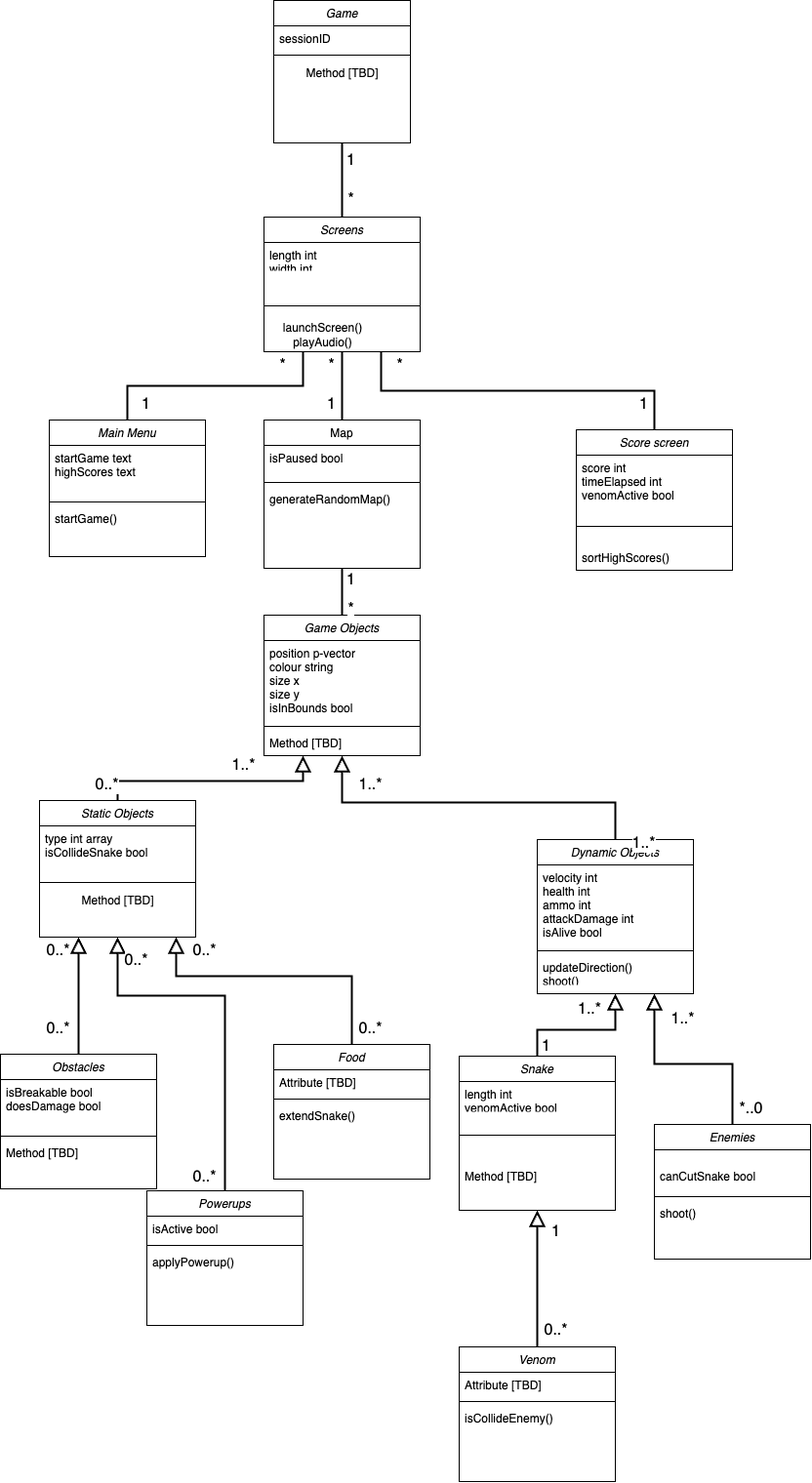
Above: images/class_diagram.png in UoB-COMSM0110/2024-group-3 (draw.io), before the change. Source tidied: cells renumbered, new cells last; positions are measured from the earlier drawing's top-left corner, leaving out a move shared by most shapes.
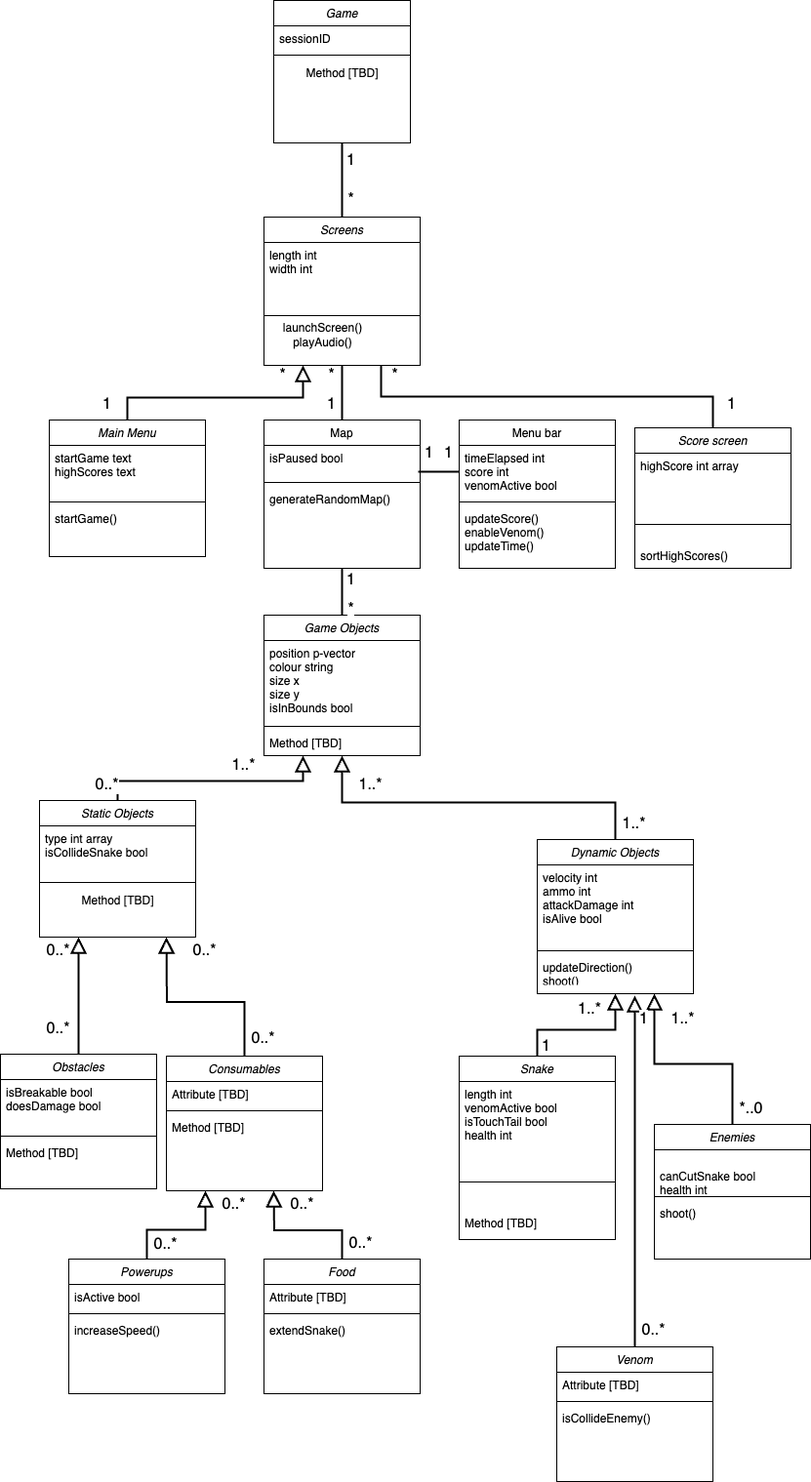
The same diagram one commit later.

Commit message:
updated class diagram based on feedback

Diff of the diagram source:
```diff
@@ -32,12 +32,12 @@
     <mxCell id="11" value="Snake" style="swimlane;fontStyle=2;align=center;verticalAlign=top;horizontal=1;startSize=26;rounded=0;shadow=0;strokeWidth=1;" parent="2" vertex="1">
-      <mxGeometry x="470" y="1082" width="160" height="158" as="geometry" />
+      <mxGeometry x="470" y="1082" width="160" height="188" as="geometry" />
     </mxCell>
-    <mxCell id="12" value="length int&#10;venomActive bool&#10;isTouchTail bool&#10;&#10;&#10;" style="text;align=left;verticalAlign=top;spacingLeft=4;spacingRight=4;overflow=hidden;" parent="11" vertex="1">
-      <mxGeometry y="26" width="160" height="26" as="geometry" />
+    <mxCell id="12" value="length int&#10;venomActive bool&#10;isTouchTail bool&#10;health int&#10;&#10;&#10;" style="text;align=left;verticalAlign=top;spacingLeft=4;spacingRight=4;overflow=hidden;" parent="11" vertex="1">
+      <mxGeometry y="26" width="160" height="74" as="geometry" />
     </mxCell>
     <mxCell id="13" style="line;html=1;strokeWidth=1;align=left;verticalAlign=middle;spacingTop=-1;spacingLeft=3;spacingRight=3;labelPosition=right;" parent="11" vertex="1">
-      <mxGeometry y="52" width="160" height="58" as="geometry" />
+      <mxGeometry y="100" width="160" height="58" as="geometry" />
     </mxCell>
     <mxCell id="14" value="Method [TBD]" style="text;align=left;verticalAlign=top;spacingLeft=4;spacingRight=4;overflow=hidden;" parent="11" vertex="1">
-      <mxGeometry y="110" width="160" height="30" as="geometry" />
+      <mxGeometry y="158" width="160" height="30" as="geometry" />
     </mxCell>
@@ -64,3 +64,3 @@
     </mxCell>
-    <mxCell id="22" value="velocity int&#10;health int&#10;ammo int&#10;attackDamage int&#10;isAlive bool  &#10;&#10; " style="text;align=left;verticalAlign=top;spacingLeft=4;spacingRight=4;overflow=hidden;" parent="21" vertex="1">
+    <mxCell id="22" value="velocity int&#10;ammo int&#10;attackDamage int&#10;isAlive bool  &#10;&#10; " style="text;align=left;verticalAlign=top;spacingLeft=4;spacingRight=4;overflow=hidden;" parent="21" vertex="1">
       <mxGeometry y="26" width="160" height="84" as="geometry" />
@@ -100,11 +100,11 @@
     <mxCell id="32" value="Screens" style="swimlane;fontStyle=2;align=center;verticalAlign=top;horizontal=1;startSize=26;rounded=0;shadow=0;strokeWidth=1;" parent="2" vertex="1">
-      <mxGeometry x="270" y="222" width="160" height="138" as="geometry" />
+      <mxGeometry x="270" y="222" width="160" height="152" as="geometry" />
     </mxCell>
     <mxCell id="33" value="length int &#10;width int &#10;" style="text;align=left;verticalAlign=top;spacingLeft=4;spacingRight=4;overflow=hidden;" parent="32" vertex="1">
-      <mxGeometry y="26" width="160" height="24" as="geometry" />
+      <mxGeometry y="26" width="160" height="34" as="geometry" />
     </mxCell>
     <mxCell id="34" style="line;html=1;strokeWidth=1;align=left;verticalAlign=middle;spacingTop=-1;spacingLeft=3;spacingRight=3;labelPosition=right;" parent="32" vertex="1">
-      <mxGeometry y="50" width="160" height="82" as="geometry" />
+      <mxGeometry y="60" width="160" height="82" as="geometry" />
     </mxCell>
-    <mxCell id="35" style="edgeStyle=orthogonalEdgeStyle;rounded=0;jettySize=auto;html=1;exitX=0.5;exitY=0;exitDx=0;exitDy=0;entryX=0.25;entryY=1;entryDx=0;entryDy=0;strokeWidth=2;endArrow=none;endFill=0;" parent="2" edge="1" source="36" target="32">
+    <mxCell id="35" style="edgeStyle=orthogonalEdgeStyle;rounded=0;jettySize=auto;html=1;exitX=0.5;exitY=0;exitDx=0;exitDy=0;entryX=0.25;entryY=1;entryDx=0;entryDy=0;strokeWidth=2;endArrow=block;endFill=0;endSize=12;" parent="2" edge="1" source="36" target="32">
       <mxGeometry relative="1" as="geometry" />
@@ -127,5 +127,5 @@
     <mxCell id="41" value="Score screen" style="swimlane;fontStyle=2;align=center;verticalAlign=top;horizontal=1;startSize=26;rounded=0;shadow=0;strokeWidth=1;" parent="2" vertex="1">
-      <mxGeometry x="590" y="440" width="160" height="144" as="geometry" />
+      <mxGeometry x="650" y="438" width="160" height="144" as="geometry" />
     </mxCell>
-    <mxCell id="42" value="score int &#10;timeElapsed int&#10;venomActive bool &#10;" style="text;align=left;verticalAlign=top;spacingLeft=4;spacingRight=4;overflow=hidden;" parent="41" vertex="1">
+    <mxCell id="42" value="highScore int array&#10;&#10;" style="text;align=left;verticalAlign=top;spacingLeft=4;spacingRight=4;overflow=hidden;" parent="41" vertex="1">
       <mxGeometry y="26" width="160" height="54" as="geometry" />
@@ -138,7 +138,9 @@
     </mxCell>
-    <mxCell id="45" style="edgeStyle=none;rounded=0;jettySize=auto;html=1;exitX=0.5;exitY=0;exitDx=0;exitDy=0;entryX=0.5;entryY=1;entryDx=0;entryDy=0;endArrow=block;endFill=0;endSize=12;strokeWidth=2;" parent="2" edge="1" source="46" target="11">
-      <mxGeometry relative="1" as="geometry" />
-    </mxCell>
+    <mxCell id="99" style="edgeStyle=orthogonalEdgeStyle;rounded=0;jettySize=auto;html=1;exitX=0.5;exitY=0;exitDx=0;exitDy=0;endSize=12;endArrow=block;endFill=0;strokeWidth=2;" parent="2" edge="1" source="46">
+      <mxGeometry relative="1" as="geometry">
+        <mxPoint x="650" y="1020" as="targetPoint" />
+      </mxGeometry>
+    </mxCell>
     <mxCell id="46" value="Venom" style="swimlane;fontStyle=2;align=center;verticalAlign=top;horizontal=1;startSize=26;rounded=0;shadow=0;strokeWidth=1;" parent="2" vertex="1">
-      <mxGeometry x="470" y="1380" width="160" height="138" as="geometry" />
+      <mxGeometry x="570" y="1380" width="160" height="138" as="geometry" />
     </mxCell>
@@ -156,13 +158,9 @@
     </mxCell>
-    <mxCell id="51" style="edgeStyle=orthogonalEdgeStyle;rounded=0;jettySize=auto;html=1;exitX=0.5;exitY=0;exitDx=0;exitDy=0;strokeWidth=2;endArrow=block;endFill=0;endSize=12;" parent="2" edge="1" source="52">
-      <mxGeometry relative="1" as="geometry">
-        <mxPoint x="180" y="960" as="targetPoint" />
-        <Array as="points">
-          <mxPoint x="360" y="1000" />
-          <mxPoint x="180" y="1000" />
-        </Array>
-      </mxGeometry>
-    </mxCell>
+    <mxCell id="100" style="edgeStyle=orthogonalEdgeStyle;rounded=0;jettySize=auto;html=1;endArrow=block;endFill=0;endSize=12;strokeWidth=2;" parent="2" edge="1" source="52">
+      <mxGeometry relative="1" as="geometry">
+        <mxPoint x="280" y="1220" as="targetPoint" />
+      </mxGeometry>
+    </mxCell>
     <mxCell id="52" value="Food" style="swimlane;fontStyle=2;align=center;verticalAlign=top;horizontal=1;startSize=26;rounded=0;shadow=0;strokeWidth=1;" parent="2" vertex="1">
-      <mxGeometry x="280" y="1070" width="160" height="138" as="geometry" />
+      <mxGeometry x="270" y="1290" width="160" height="138" as="geometry" />
     </mxCell>
@@ -180,12 +178,7 @@
     </mxCell>
-    <mxCell id="57" style="edgeStyle=orthogonalEdgeStyle;rounded=0;jettySize=auto;html=1;exitX=0.5;exitY=0;exitDx=0;exitDy=0;entryX=0.5;entryY=1;entryDx=0;entryDy=0;strokeWidth=2;endArrow=block;endFill=0;endSize=12;" parent="2" edge="1" source="58" target="27">
-      <mxGeometry relative="1" as="geometry">
-        <Array as="points">
-          <mxPoint x="230" y="1020" />
-          <mxPoint x="120" y="1020" />
-        </Array>
-      </mxGeometry>
-    </mxCell>
+    <mxCell id="101" style="edgeStyle=orthogonalEdgeStyle;rounded=0;jettySize=auto;html=1;entryX=0.25;entryY=1;entryDx=0;entryDy=0;strokeWidth=2;endArrow=block;endFill=0;startSize=6;endSize=12;" parent="2" edge="1" source="58" target="107">
+      <mxGeometry relative="1" as="geometry" />
+    </mxCell>
     <mxCell id="58" value="Powerups" style="swimlane;fontStyle=2;align=center;verticalAlign=top;horizontal=1;startSize=26;rounded=0;shadow=0;strokeWidth=1;" parent="2" vertex="1">
-      <mxGeometry x="150" y="1220" width="160" height="138" as="geometry" />
+      <mxGeometry x="70" y="1290" width="160" height="138" as="geometry" />
     </mxCell>
@@ -197,3 +190,3 @@
     </mxCell>
-    <mxCell id="61" value="applyPowerup()" style="text;align=left;verticalAlign=top;spacingLeft=4;spacingRight=4;overflow=hidden;" parent="58" vertex="1">
+    <mxCell id="61" value="increaseSpeed()" style="text;align=left;verticalAlign=top;spacingLeft=4;spacingRight=4;overflow=hidden;" parent="58" vertex="1">
       <mxGeometry y="60" width="160" height="26" as="geometry" />
@@ -212,3 +205,3 @@
     <mxCell id="64" value="&lt;font style=&quot;font-size: 16px;&quot;&gt;*&lt;/font&gt;" style="edgeLabel;html=1;align=center;verticalAlign=middle;" parent="2" vertex="1">
-      <mxGeometry x="300" y="320" as="geometry">
+      <mxGeometry x="300" y="330" as="geometry">
         <mxPoint x="-12" y="53" as="offset" />
@@ -217,3 +210,3 @@
     <mxCell id="65" value="&lt;font style=&quot;font-size: 16px;&quot;&gt;1&lt;/font&gt;" style="edgeLabel;html=1;align=center;verticalAlign=middle;" parent="2" vertex="1">
-      <mxGeometry x="670" y="360" as="geometry">
+      <mxGeometry x="760" y="360" as="geometry">
         <mxPoint x="-12" y="53" as="offset" />
@@ -222,3 +215,3 @@
     <mxCell id="66" value="&lt;font style=&quot;font-size: 16px;&quot;&gt;*&lt;/font&gt;" style="edgeLabel;html=1;align=center;verticalAlign=middle;" parent="2" vertex="1">
-      <mxGeometry x="420" y="320" as="geometry">
+      <mxGeometry x="415" y="330" as="geometry">
         <mxPoint x="-12" y="53" as="offset" />
@@ -232,3 +225,3 @@
     <mxCell id="68" value="&lt;font style=&quot;font-size: 16px;&quot;&gt;1&lt;/font&gt;" style="edgeLabel;html=1;align=center;verticalAlign=middle;" parent="2" vertex="1">
-      <mxGeometry x="160" y="360" as="geometry">
+      <mxGeometry x="120" y="360" as="geometry">
         <mxPoint x="-12" y="53" as="offset" />
@@ -237,3 +230,3 @@
     <mxCell id="69" value="&lt;font style=&quot;font-size: 16px;&quot;&gt;*&lt;/font&gt;" style="edgeLabel;html=1;align=center;verticalAlign=middle;" parent="2" vertex="1">
-      <mxGeometry x="350" y="320" as="geometry">
+      <mxGeometry x="350" y="330" as="geometry">
         <mxPoint x="-12" y="53" as="offset" />
@@ -272,3 +265,3 @@
     <mxCell id="76" value="&lt;font style=&quot;font-size: 16px;&quot;&gt;0..*&lt;/font&gt;" style="edgeLabel;html=1;align=center;verticalAlign=middle;" parent="2" vertex="1">
-      <mxGeometry x="150" y="930" as="geometry">
+      <mxGeometry x="280" y="1010" as="geometry">
         <mxPoint x="-12" y="53" as="offset" />
@@ -281,14 +274,4 @@
     </mxCell>
-    <mxCell id="78" value="&lt;font style=&quot;font-size: 16px;&quot;&gt;0..*&lt;/font&gt;" style="edgeLabel;html=1;align=center;verticalAlign=middle;" parent="2" vertex="1">
-      <mxGeometry x="220" y="1152" as="geometry">
-        <mxPoint x="-12" y="53" as="offset" />
-      </mxGeometry>
-    </mxCell>
-    <mxCell id="79" value="&lt;font style=&quot;font-size: 16px;&quot;&gt;0..*&lt;/font&gt;" style="edgeLabel;html=1;align=center;verticalAlign=middle;" parent="2" vertex="1">
-      <mxGeometry x="390" y="1000" as="geometry">
-        <mxPoint x="-12" y="53" as="offset" />
-      </mxGeometry>
-    </mxCell>
     <mxCell id="80" value="&lt;font style=&quot;font-size: 16px;&quot;&gt;0..*&lt;/font&gt;" style="edgeLabel;html=1;align=center;verticalAlign=middle;" parent="2" vertex="1">
-      <mxGeometry x="580" y="1309" as="geometry">
+      <mxGeometry x="680" y="1309" as="geometry">
         <mxPoint x="-12" y="53" as="offset" />
@@ -302,3 +285,3 @@
     <mxCell id="82" value="&lt;font style=&quot;font-size: 16px;&quot;&gt;1&lt;/font&gt;" style="edgeLabel;html=1;align=center;verticalAlign=middle;" parent="2" vertex="1">
-      <mxGeometry x="580" y="1208" as="geometry">
+      <mxGeometry x="670" y="990" as="geometry">
         <mxPoint x="-12" y="53" as="offset" />
@@ -317,3 +300,3 @@
     <mxCell id="85" value="&lt;font style=&quot;font-size: 16px;&quot;&gt;1..*&lt;/font&gt;" style="edgeLabel;html=1;align=center;verticalAlign=middle;" parent="2" vertex="1">
-      <mxGeometry x="670" y="810" as="geometry">
+      <mxGeometry x="660" y="790" as="geometry">
         <mxPoint x="-12" y="53" as="offset" />
@@ -340,3 +323,3 @@
     </mxCell>
-    <mxCell id="91" value="&#10;canCutSnake bool&#10;" style="text;align=left;verticalAlign=top;spacingLeft=4;spacingRight=4;overflow=hidden;" parent="90" vertex="1">
+    <mxCell id="91" value="&#10;canCutSnake bool&#10;health int&#10;" style="text;align=left;verticalAlign=top;spacingLeft=4;spacingRight=4;overflow=hidden;" parent="90" vertex="1">
       <mxGeometry y="26" width="160" height="44" as="geometry" />
@@ -364,2 +347,64 @@
     </mxCell>
+    <mxCell id="102" value="Menu bar" style="swimlane;fontStyle=0;align=center;verticalAlign=top;horizontal=1;startSize=26;rounded=0;shadow=0;strokeWidth=1;" parent="2" vertex="1">
+      <mxGeometry x="470" y="430" width="160" height="152" as="geometry" />
+    </mxCell>
+    <mxCell id="103" value="timeElapsed int&#10;score int&#10;venomActive bool " style="text;align=left;verticalAlign=top;spacingLeft=4;spacingRight=4;overflow=hidden;points=[[0,0.5],[1,0.5]];portConstraint=eastwest;" parent="102" vertex="1">
+      <mxGeometry y="26" width="160" height="54" as="geometry" />
+    </mxCell>
+    <mxCell id="104" style="line;html=1;strokeWidth=1;align=left;verticalAlign=middle;spacingTop=-1;spacingLeft=3;spacingRight=3;labelPosition=right;" parent="102" vertex="1">
+      <mxGeometry y="80" width="160" height="8" as="geometry" />
+    </mxCell>
+    <mxCell id="105" value="updateScore()&#10;enableVenom()&#10;updateTime()" style="text;align=left;verticalAlign=top;spacingLeft=4;spacingRight=4;overflow=hidden;" parent="102" vertex="1">
+      <mxGeometry y="88" width="160" height="54" as="geometry" />
+    </mxCell>
+    <mxCell id="106" style="edgeStyle=orthogonalEdgeStyle;rounded=0;jettySize=auto;html=1;endArrow=block;endFill=0;strokeWidth=2;endSize=12;" parent="2" edge="1" source="107">
+      <mxGeometry relative="1" as="geometry">
+        <mxPoint x="170" y="960" as="targetPoint" />
+      </mxGeometry>
+    </mxCell>
+    <mxCell id="107" value="Consumables" style="swimlane;fontStyle=2;align=center;verticalAlign=top;horizontal=1;startSize=26;rounded=0;shadow=0;strokeWidth=1;" parent="2" vertex="1">
+      <mxGeometry x="170" y="1082" width="160" height="138" as="geometry" />
+    </mxCell>
+    <mxCell id="108" value="Attribute [TBD]" style="text;align=left;verticalAlign=top;spacingLeft=4;spacingRight=4;overflow=hidden;" parent="107" vertex="1">
+      <mxGeometry y="26" width="160" height="26" as="geometry" />
+    </mxCell>
+    <mxCell id="109" style="line;html=1;strokeWidth=1;align=left;verticalAlign=middle;spacingTop=-1;spacingLeft=3;spacingRight=3;labelPosition=right;" parent="107" vertex="1">
+      <mxGeometry y="52" width="160" height="8" as="geometry" />
+    </mxCell>
+    <mxCell id="110" value="Method [TBD]" style="text;align=left;verticalAlign=top;spacingLeft=4;spacingRight=4;overflow=hidden;" parent="107" vertex="1">
+      <mxGeometry y="60" width="160" height="26" as="geometry" />
+    </mxCell>
+    <mxCell id="111" value="&lt;font style=&quot;font-size: 16px;&quot;&gt;0..*&lt;/font&gt;" style="edgeLabel;html=1;align=center;verticalAlign=middle;" parent="2" vertex="1">
+      <mxGeometry x="380" y="1220" as="geometry">
+        <mxPoint x="-12" y="53" as="offset" />
+      </mxGeometry>
+    </mxCell>
+    <mxCell id="112" value="&lt;font style=&quot;font-size: 16px;&quot;&gt;0..*&lt;/font&gt;" style="edgeLabel;html=1;align=center;verticalAlign=middle;" parent="2" vertex="1">
+      <mxGeometry x="320" y="1180" as="geometry">
+        <mxPoint x="-12" y="53" as="offset" />
+      </mxGeometry>
+    </mxCell>
+    <mxCell id="113" value="&lt;font style=&quot;font-size: 16px;&quot;&gt;0..*&lt;/font&gt;" style="edgeLabel;html=1;align=center;verticalAlign=middle;" parent="2" vertex="1">
+      <mxGeometry x="180" y="1221" as="geometry">
+        <mxPoint x="-12" y="53" as="offset" />
+      </mxGeometry>
+    </mxCell>
+    <mxCell id="114" value="&lt;font style=&quot;font-size: 16px;&quot;&gt;0..*&lt;/font&gt;" style="edgeLabel;html=1;align=center;verticalAlign=middle;" parent="2" vertex="1">
+      <mxGeometry x="250" y="1180" as="geometry">
+        <mxPoint x="-12" y="53" as="offset" />
+      </mxGeometry>
+    </mxCell>
+    <mxCell id="115" style="edgeStyle=orthogonalEdgeStyle;rounded=0;jettySize=auto;html=1;exitX=0;exitY=0.5;exitDx=0;exitDy=0;entryX=0.988;entryY=0.794;entryDx=0;entryDy=0;entryPerimeter=0;endArrow=none;endFill=0;strokeWidth=2;" parent="2" edge="1" source="103" target="8">
+      <mxGeometry relative="1" as="geometry" />
+    </mxCell>
+    <mxCell id="116" value="&lt;font style=&quot;font-size: 16px;&quot;&gt;1&lt;/font&gt;" style="edgeLabel;html=1;align=center;verticalAlign=middle;" parent="2" vertex="1">
+      <mxGeometry x="450" y="410" as="geometry">
+        <mxPoint x="-12" y="53" as="offset" />
+      </mxGeometry>
+    </mxCell>
+    <mxCell id="117" value="&lt;font style=&quot;font-size: 16px;&quot;&gt;1&lt;/font&gt;" style="edgeLabel;html=1;align=center;verticalAlign=middle;" parent="2" vertex="1">
+      <mxGeometry x="470" y="410" as="geometry">
+        <mxPoint x="-12" y="53" as="offset" />
+      </mxGeometry>
+    </mxCell>
   </root>
```
